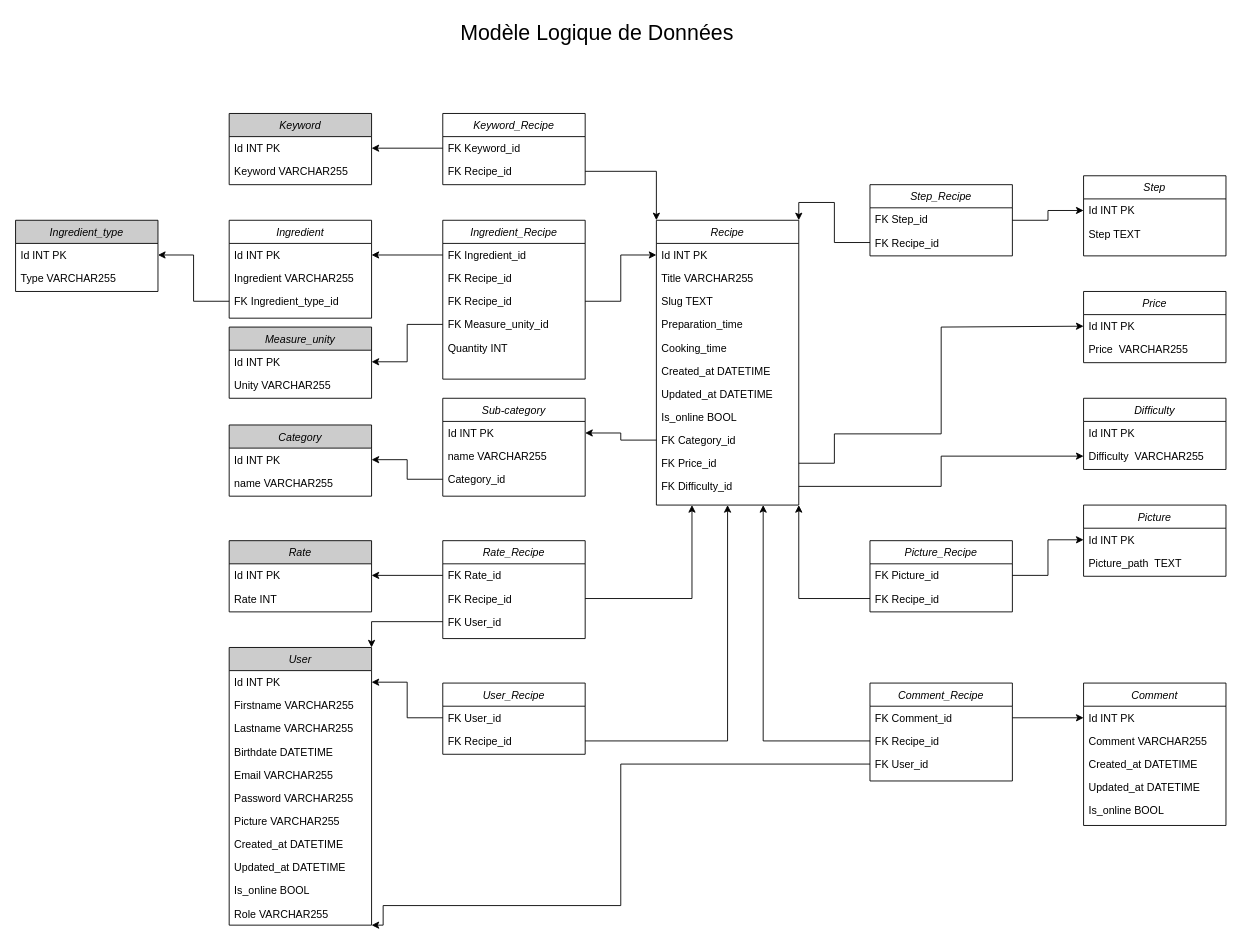
Earlier version of the draw.io diagram api/CDA-cuisine-di-panda-diagram-mld.drawio (vincentDubresson/cda-cuisine-di-panda). Source tidied: cells renumbered, new cells numbered last; positions are measured from the earlier drawing's top-left corner, leaving out a move shared by most shapes. Both pictures are drawn from the tidied source at 89%, with x=0, y=0 at pixel (15, 15).
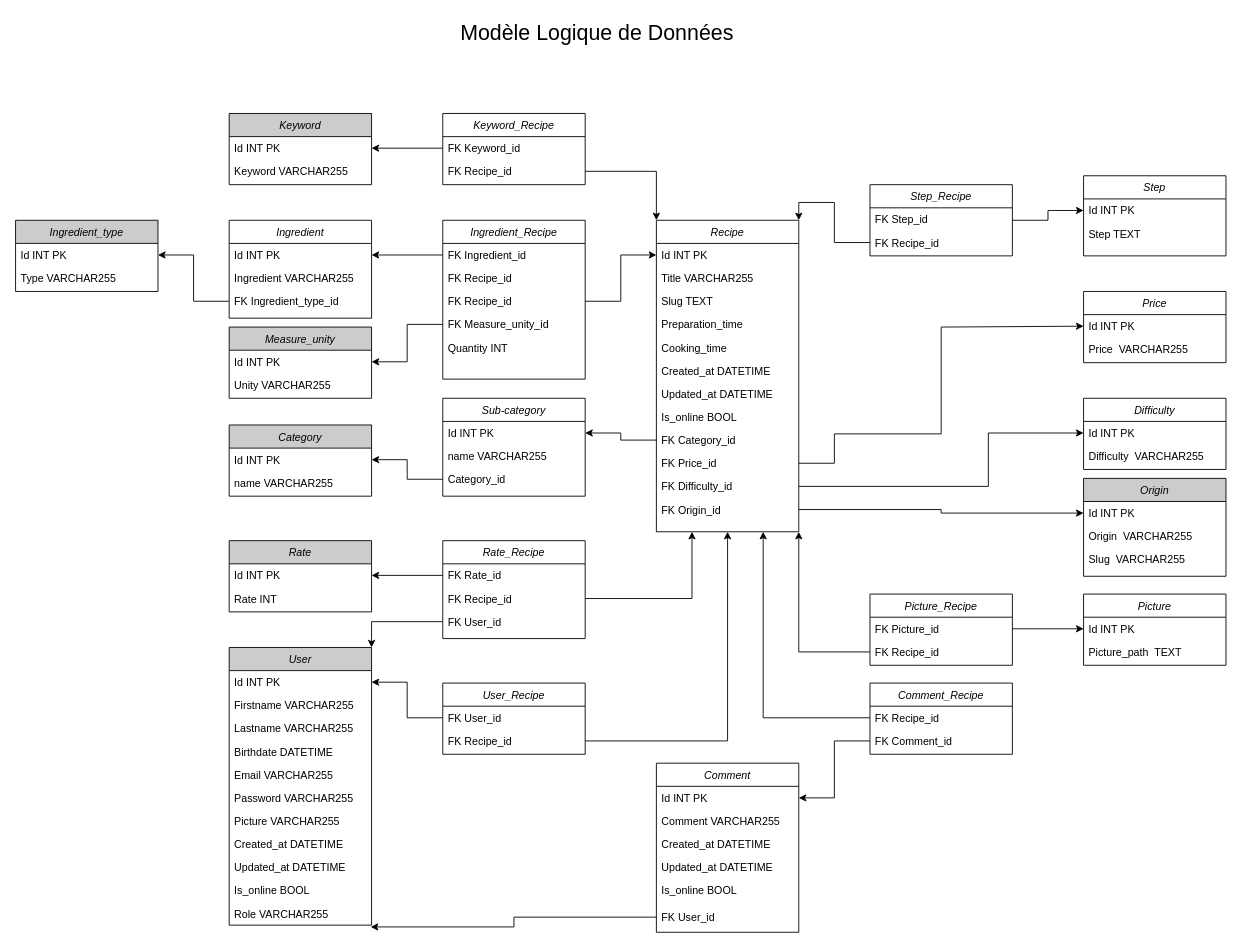
After the change.

Commit message (it also covers changes not shown here):
Creation of Origin entity, fixtures, repo and resolver

Unchanged cells that the change refers to:
```xml
<mxCell id="13" value="FK Difficulty_id" style="text;align=left;verticalAlign=top;spacingLeft=4;spacingRight=4;overflow=hidden;points=[[0,0.5],[1,0.5]];portConstraint=eastwest;rounded=0;shadow=0;html=0;" parent="2" vertex="1">
  <mxGeometry y="286" width="160" height="26" as="geometry" />
</mxCell>
<mxCell id="25" value="Id INT PK" style="text;align=left;verticalAlign=top;spacingLeft=4;spacingRight=4;overflow=hidden;points=[[0,0.5],[1,0.5]];portConstraint=eastwest;" parent="24" vertex="1">
  <mxGeometry y="26" width="160" height="26" as="geometry" />
</mxCell>
<mxCell id="30" value="User" style="swimlane;fontStyle=2;align=center;verticalAlign=top;horizontal=1;startSize=26;rounded=0;shadow=0;strokeWidth=1;fillColor=#CCCCCC;" parent="1" vertex="1">
  <mxGeometry x="240" y="710" width="160" height="312" as="geometry" />
</mxCell>
<mxCell id="41" value="Role VARCHAR255" style="text;align=left;verticalAlign=top;spacingLeft=4;spacingRight=4;overflow=hidden;points=[[0,0.5],[1,0.5]];portConstraint=eastwest;rounded=0;shadow=0;html=0;" parent="30" vertex="1">
  <mxGeometry y="286" width="160" height="26" as="geometry" />
</mxCell>
<mxCell id="46" value="Id INT PK" style="text;align=left;verticalAlign=top;spacingLeft=4;spacingRight=4;overflow=hidden;points=[[0,0.5],[1,0.5]];portConstraint=eastwest;" parent="45" vertex="1">
  <mxGeometry y="26" width="160" height="26" as="geometry" />
</mxCell>
<mxCell id="47" value="Difficulty  VARCHAR255" style="text;align=left;verticalAlign=top;spacingLeft=4;spacingRight=4;overflow=hidden;points=[[0,0.5],[1,0.5]];portConstraint=eastwest;rounded=0;shadow=0;html=0;" parent="45" vertex="1">
  <mxGeometry y="52" width="160" height="26" as="geometry" />
</mxCell>
```

The edit, as a diff of the source:
```diff
@@
     <mxCell id="2" value="Recipe" style="swimlane;fontStyle=2;align=center;verticalAlign=top;horizontal=1;startSize=26;rounded=0;shadow=0;strokeWidth=1;" parent="1" vertex="1">
-      <mxGeometry x="720" y="230" width="160" height="320" as="geometry" />
+      <mxGeometry x="720" y="230" width="160" height="350" as="geometry" />
     </mxCell>
@@
+    <mxCell id="116" value="FK Origin_id" style="text;align=left;verticalAlign=top;spacingLeft=4;spacingRight=4;overflow=hidden;points=[[0,0.5],[1,0.5]];portConstraint=eastwest;rounded=0;shadow=0;html=0;" parent="2" vertex="1">
+      <mxGeometry y="312" width="160" height="26" as="geometry" />
+    </mxCell>
@@
     <mxCell id="24" value="Comment" style="swimlane;fontStyle=2;align=center;verticalAlign=top;horizontal=1;startSize=26;rounded=0;shadow=0;strokeWidth=1;" parent="1" vertex="1">
-      <mxGeometry x="1200" y="750" width="160" height="160" as="geometry" />
+      <mxGeometry x="720" y="840" width="160" height="190" as="geometry" />
     </mxCell>
@@
     <mxCell id="29" value="Is_online BOOL" style="text;align=left;verticalAlign=top;spacingLeft=4;spacingRight=4;overflow=hidden;" parent="24" vertex="1">
-      <mxGeometry y="130" width="160" height="26" as="geometry" />
+      <mxGeometry y="130" width="160" height="30" as="geometry" />
     </mxCell>
+    <mxCell id="63" value="FK User_id" style="text;align=left;verticalAlign=top;spacingLeft=4;spacingRight=4;overflow=hidden;points=[[0,0.5],[1,0.5]];portConstraint=eastwest;rounded=0;shadow=0;html=0;" parent="24" vertex="1">
+      <mxGeometry y="160" width="160" height="26" as="geometry" />
+    </mxCell>
@@
-    <mxCell id="55" style="edgeStyle=orthogonalEdgeStyle;rounded=0;jettySize=auto;html=1;exitX=1;exitY=0.5;exitDx=0;exitDy=0;" parent="1" edge="1" source="13" target="47">
-      <mxGeometry relative="1" as="geometry" />
+    <mxCell id="55" style="edgeStyle=orthogonalEdgeStyle;rounded=0;jettySize=auto;html=1;exitX=1;exitY=0.5;exitDx=0;exitDy=0;entryX=0;entryY=0.5;entryDx=0;entryDy=0;" parent="1" edge="1" source="13" target="46">
+      <mxGeometry relative="1" as="geometry">
+        <Array as="points">
+          <mxPoint x="1093" y="529" />
+          <mxPoint x="1093" y="469" />
+        </Array>
+      </mxGeometry>
     </mxCell>
@@
     <mxCell id="60" value="Comment_Recipe" style="swimlane;fontStyle=2;align=center;verticalAlign=top;horizontal=1;startSize=26;rounded=0;shadow=0;strokeWidth=1;" parent="1" vertex="1">
-      <mxGeometry x="960" y="750" width="160" height="110" as="geometry" />
+      <mxGeometry x="960" y="750" width="160" height="80" as="geometry" />
     </mxCell>
+    <mxCell id="62" value="FK Recipe_id" style="text;align=left;verticalAlign=top;spacingLeft=4;spacingRight=4;overflow=hidden;points=[[0,0.5],[1,0.5]];portConstraint=eastwest;rounded=0;shadow=0;html=0;" parent="60" vertex="1">
+      <mxGeometry y="26" width="160" height="26" as="geometry" />
+    </mxCell>
     <mxCell id="61" value="FK Comment_id" style="text;align=left;verticalAlign=top;spacingLeft=4;spacingRight=4;overflow=hidden;points=[[0,0.5],[1,0.5]];portConstraint=eastwest;" parent="60" vertex="1">
-      <mxGeometry y="26" width="160" height="26" as="geometry" />
+      <mxGeometry y="52" width="160" height="26" as="geometry" />
     </mxCell>
-    <mxCell id="62" value="FK Recipe_id" style="text;align=left;verticalAlign=top;spacingLeft=4;spacingRight=4;overflow=hidden;points=[[0,0.5],[1,0.5]];portConstraint=eastwest;rounded=0;shadow=0;html=0;" parent="60" vertex="1">
-      <mxGeometry y="52" width="160" height="26" as="geometry" />
-    </mxCell>
-    <mxCell id="63" value="FK User_id" style="text;align=left;verticalAlign=top;spacingLeft=4;spacingRight=4;overflow=hidden;points=[[0,0.5],[1,0.5]];portConstraint=eastwest;rounded=0;shadow=0;html=0;" parent="60" vertex="1">
-      <mxGeometry y="78" width="160" height="26" as="geometry" />
-    </mxCell>
-    <mxCell id="64" style="edgeStyle=orthogonalEdgeStyle;rounded=0;jettySize=auto;html=1;exitX=1;exitY=0.5;exitDx=0;exitDy=0;entryX=0;entryY=0.5;entryDx=0;entryDy=0;" parent="1" edge="1" source="61" target="25">
-      <mxGeometry relative="1" as="geometry" />
-    </mxCell>
@@
     <mxCell id="106" value="Picture_Recipe" style="swimlane;fontStyle=2;align=center;verticalAlign=top;horizontal=1;startSize=26;rounded=0;shadow=0;strokeWidth=1;" parent="1" vertex="1">
-      <mxGeometry x="960" y="590" width="160" height="80" as="geometry" />
+      <mxGeometry x="960" y="650" width="160" height="80" as="geometry" />
     </mxCell>
@@
     <mxCell id="109" value="Picture" style="swimlane;fontStyle=2;align=center;verticalAlign=top;horizontal=1;startSize=26;rounded=0;shadow=0;strokeWidth=1;" parent="1" vertex="1">
-      <mxGeometry x="1200" y="550" width="160" height="80" as="geometry" />
+      <mxGeometry x="1200" y="650" width="160" height="80" as="geometry" />
     </mxCell>
@@
-    <mxCell id="114" style="edgeStyle=orthogonalEdgeStyle;rounded=0;jettySize=auto;html=1;entryX=1;entryY=1;entryDx=0;entryDy=0;" parent="1" edge="1" source="63" target="30">
-      <mxGeometry relative="1" as="geometry">
-        <Array as="points">
-          <mxPoint x="680" y="841" />
-          <mxPoint x="680" y="1000" />
-          <mxPoint x="413" y="1000" />
-          <mxPoint x="413" y="1022" />
-        </Array>
-      </mxGeometry>
-    </mxCell>
@@
+    <mxCell id="64" style="edgeStyle=orthogonalEdgeStyle;rounded=0;jettySize=auto;html=1;" parent="1" edge="1" source="61" target="25">
+      <mxGeometry relative="1" as="geometry" />
+    </mxCell>
+    <mxCell id="117" style="edgeStyle=orthogonalEdgeStyle;rounded=0;jettySize=auto;html=1;entryX=0.994;entryY=1.077;entryDx=0;entryDy=0;entryPerimeter=0;" parent="1" edge="1" source="63" target="41">
+      <mxGeometry relative="1" as="geometry" />
+    </mxCell>
+    <mxCell id="118" value="Origin" style="swimlane;fontStyle=2;align=center;verticalAlign=top;horizontal=1;startSize=26;rounded=0;shadow=0;strokeWidth=1;fillColor=#CCCCCC;" parent="1" vertex="1">
+      <mxGeometry x="1200" y="520" width="160" height="110" as="geometry" />
+    </mxCell>
+    <mxCell id="119" value="Id INT PK" style="text;align=left;verticalAlign=top;spacingLeft=4;spacingRight=4;overflow=hidden;points=[[0,0.5],[1,0.5]];portConstraint=eastwest;" parent="118" vertex="1">
+      <mxGeometry y="26" width="160" height="26" as="geometry" />
+    </mxCell>
+    <mxCell id="120" value="Origin  VARCHAR255" style="text;align=left;verticalAlign=top;spacingLeft=4;spacingRight=4;overflow=hidden;rounded=0;shadow=0;html=0;" parent="118" vertex="1">
+      <mxGeometry y="52" width="160" height="26" as="geometry" />
+    </mxCell>
+    <mxCell id="121" value="Slug  VARCHAR255" style="text;align=left;verticalAlign=top;spacingLeft=4;spacingRight=4;overflow=hidden;rounded=0;shadow=0;html=0;" parent="118" vertex="1">
+      <mxGeometry y="78" width="160" height="26" as="geometry" />
+    </mxCell>
+    <mxCell id="122" style="edgeStyle=orthogonalEdgeStyle;rounded=0;jettySize=auto;html=1;entryX=0;entryY=0.5;entryDx=0;entryDy=0;" parent="1" edge="1" source="116" target="119">
+      <mxGeometry relative="1" as="geometry" />
+    </mxCell>
```
